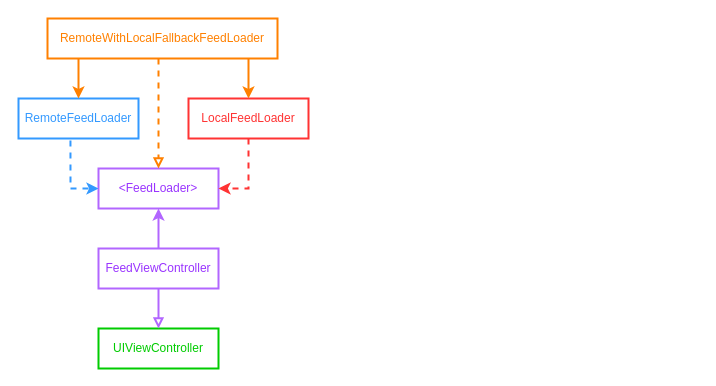
dendden/iOS-Essential-Developer keeps this draw.io diagram as Demo Dependency Diagram.drawio. Above is the earlier version. Source tidied: cells renumbered, new cells numbered last; positions are measured from the earlier drawing's top-left corner, leaving out a move shared by most shapes. Both pictures are drawn from the tidied source at 100%, with x=0, y=0 at pixel (18, 18).
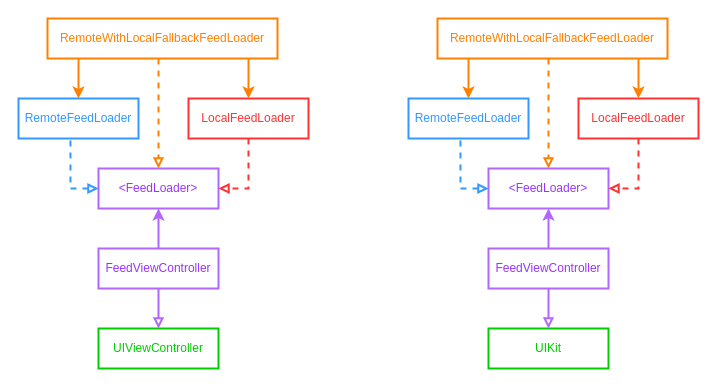
The same page after the edit.

The change refers to these unchanged cells:
```xml
<mxCell id="5" value="&amp;lt;FeedLoader&amp;gt;" style="rounded=0;whiteSpace=wrap;html=1;fillColor=none;strokeColor=#B266FF;strokeWidth=2;fontColor=#9933FF;" parent="1" vertex="1">
  <mxGeometry x="80" y="150" width="120" height="40" as="geometry" />
</mxCell>
<mxCell id="7" value="RemoteFeedLoader" style="rounded=0;whiteSpace=wrap;html=1;fillColor=none;strokeColor=#3399FF;strokeWidth=2;fontColor=#3399FF;" parent="1" vertex="1">
  <mxGeometry y="80" width="120" height="40" as="geometry" />
</mxCell>
<mxCell id="9" value="LocalFeedLoader" style="rounded=0;whiteSpace=wrap;html=1;fillColor=none;strokeColor=#FF3333;strokeWidth=2;fontColor=#FF3333;" parent="1" vertex="1">
  <mxGeometry x="170" y="80" width="120" height="40" as="geometry" />
</mxCell>
```

Diff of the diagram source:
```diff
@@
-    <mxCell id="8" style="endArrow=classic;html=1;rounded=0;exitX=0.433;exitY=1.05;exitDx=0;exitDy=0;exitPerimeter=0;entryX=0;entryY=0.5;entryDx=0;entryDy=0;strokeWidth=2;dashed=1;strokeColor=#3399FF;" parent="1" edge="1" source="7" target="5">
+    <mxCell id="8" style="endArrow=block;html=1;rounded=0;exitX=0.433;exitY=1.05;exitDx=0;exitDy=0;exitPerimeter=0;entryX=0;entryY=0.5;entryDx=0;entryDy=0;strokeWidth=2;dashed=1;strokeColor=#3399FF;endFill=0;" parent="1" edge="1" source="7" target="5">
       <mxGeometry relative="1" as="geometry">
         <Array as="points">
           <mxPoint x="52" y="170" />
         </Array>
       </mxGeometry>
     </mxCell>
@@
-    <mxCell id="10" style="endArrow=classic;html=1;rounded=0;exitX=0.5;exitY=1;exitDx=0;exitDy=0;strokeWidth=2;dashed=1;strokeColor=#FF3333;entryX=1;entryY=0.5;entryDx=0;entryDy=0;fontColor=#FF3333;" parent="1" edge="1" source="9" target="5">
+    <mxCell id="10" style="endArrow=block;html=1;rounded=0;exitX=0.5;exitY=1;exitDx=0;exitDy=0;strokeWidth=2;dashed=1;strokeColor=#FF3333;entryX=1;entryY=0.5;entryDx=0;entryDy=0;fontColor=#FF3333;endFill=0;" parent="1" edge="1" source="9" target="5">
       <mxGeometry relative="1" as="geometry">
         <Array as="points">
           <mxPoint x="230" y="170" />
         </Array>
       </mxGeometry>
     </mxCell>
@@
+    <mxCell id="15" value="FeedViewController" style="rounded=0;whiteSpace=wrap;html=1;fillColor=none;strokeColor=#B266FF;strokeWidth=2;fontColor=#9933FF;" parent="1" vertex="1">
+      <mxGeometry x="470" y="230" width="120" height="40" as="geometry" />
+    </mxCell>
+    <mxCell id="16" value="UIKit" style="rounded=0;whiteSpace=wrap;html=1;fillColor=none;strokeColor=#00CC00;strokeWidth=2;fontColor=#00CC00;" parent="1" vertex="1">
+      <mxGeometry x="470" y="310" width="120" height="40" as="geometry" />
+    </mxCell>
+    <mxCell id="17" style="endArrow=block;html=1;rounded=0;entryX=0.5;entryY=0;entryDx=0;entryDy=0;exitX=0.5;exitY=1;exitDx=0;exitDy=0;strokeWidth=2;strokeColor=#B266FF;endFill=0;" parent="1" edge="1" source="15" target="16">
+      <mxGeometry relative="1" as="geometry" />
+    </mxCell>
+    <mxCell id="18" value="&amp;lt;FeedLoader&amp;gt;" style="rounded=0;whiteSpace=wrap;html=1;fillColor=none;strokeColor=#B266FF;strokeWidth=2;fontColor=#9933FF;" parent="1" vertex="1">
+      <mxGeometry x="470" y="150" width="120" height="40" as="geometry" />
+    </mxCell>
+    <mxCell id="19" style="endArrow=classic;html=1;rounded=0;entryX=0.5;entryY=1;entryDx=0;entryDy=0;exitX=0.5;exitY=0;exitDx=0;exitDy=0;strokeWidth=2;strokeColor=#B266FF;" parent="1" edge="1" source="15" target="18">
+      <mxGeometry relative="1" as="geometry" />
+    </mxCell>
+    <mxCell id="20" value="RemoteFeedLoader" style="rounded=0;whiteSpace=wrap;html=1;fillColor=none;strokeColor=#3399FF;strokeWidth=2;fontColor=#3399FF;" parent="1" vertex="1">
+      <mxGeometry x="390" y="80" width="120" height="40" as="geometry" />
+    </mxCell>
+    <mxCell id="21" style="endArrow=block;html=1;rounded=0;exitX=0.433;exitY=1.05;exitDx=0;exitDy=0;exitPerimeter=0;entryX=0;entryY=0.5;entryDx=0;entryDy=0;strokeWidth=2;dashed=1;strokeColor=#3399FF;endFill=0;" parent="1" edge="1" source="20" target="18">
+      <mxGeometry relative="1" as="geometry">
+        <Array as="points">
+          <mxPoint x="442" y="170" />
+        </Array>
+      </mxGeometry>
+    </mxCell>
+    <mxCell id="22" value="LocalFeedLoader" style="rounded=0;whiteSpace=wrap;html=1;fillColor=none;strokeColor=#FF3333;strokeWidth=2;fontColor=#FF3333;" parent="1" vertex="1">
+      <mxGeometry x="560" y="80" width="120" height="40" as="geometry" />
+    </mxCell>
+    <mxCell id="23" style="endArrow=block;html=1;rounded=0;exitX=0.5;exitY=1;exitDx=0;exitDy=0;strokeWidth=2;dashed=1;strokeColor=#FF3333;entryX=1;entryY=0.5;entryDx=0;entryDy=0;fontColor=#FF3333;endFill=0;" parent="1" edge="1" source="22" target="18">
+      <mxGeometry relative="1" as="geometry">
+        <Array as="points">
+          <mxPoint x="620" y="170" />
+        </Array>
+      </mxGeometry>
+    </mxCell>
+    <mxCell id="24" value="RemoteWithLocalFallbackFeedLoader" style="rounded=0;whiteSpace=wrap;html=1;fillColor=none;strokeColor=#FF8000;strokeWidth=2;fontColor=#FF8000;" parent="1" vertex="1">
+      <mxGeometry x="419" width="230" height="40" as="geometry" />
+    </mxCell>
+    <mxCell id="25" style="endArrow=classic;html=1;rounded=0;entryX=0.5;entryY=0;entryDx=0;entryDy=0;strokeWidth=2;strokeColor=#FF8000;" parent="1" edge="1" target="20">
+      <mxGeometry relative="1" as="geometry">
+        <mxPoint x="450" y="40" as="sourcePoint" />
+      </mxGeometry>
+    </mxCell>
+    <mxCell id="26" style="endArrow=classic;html=1;rounded=0;entryX=0.5;entryY=0;entryDx=0;entryDy=0;strokeWidth=2;strokeColor=#FF8000;exitX=0.874;exitY=1;exitDx=0;exitDy=0;exitPerimeter=0;" parent="1" edge="1" source="24" target="22">
+      <mxGeometry relative="1" as="geometry" />
+    </mxCell>
+    <mxCell id="27" style="endArrow=block;html=1;rounded=0;entryX=0.5;entryY=0;entryDx=0;entryDy=0;strokeWidth=2;strokeColor=#FF8000;endFill=0;dashed=1;" parent="1" edge="1" target="18">
+      <mxGeometry relative="1" as="geometry">
+        <mxPoint x="530" y="40" as="sourcePoint" />
+      </mxGeometry>
+    </mxCell>
```
